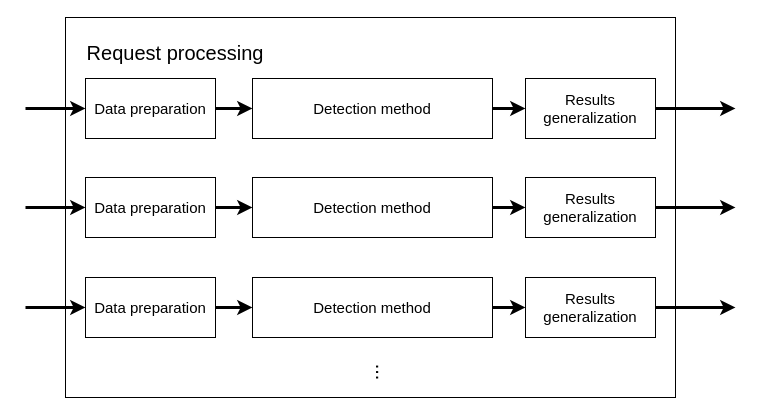
Earlier version of the draw.io diagram page "Processing unit" (3 of 4) of thesis/other-fig/Framework & Client Architecture.drawio (PlayerBerny12/VUT-DIP). Source tidied: cells renumbered, new cells numbered last; positions are measured from the earlier drawing's top-left corner, leaving out a move shared by most shapes. Both pictures are drawn from the tidied source at 100%, with x=0, y=0 at pixel (25, 17).
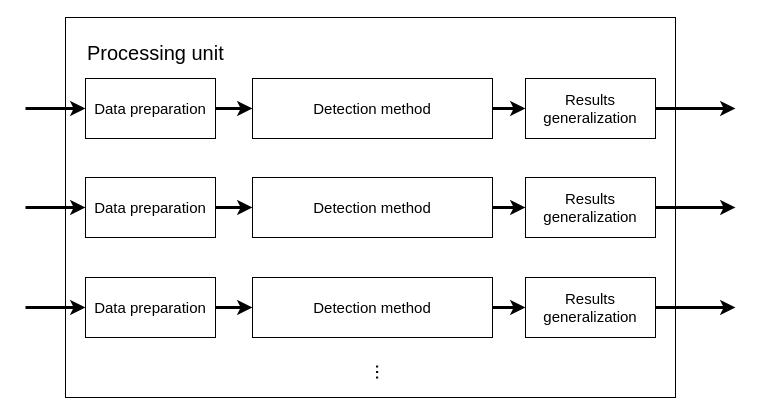
The same page after the edit.

Diff of the diagram source:
```diff
@@
-    <mxCell id="25" value="Request processing" style="text;html=1;strokeColor=none;fillColor=none;align=center;verticalAlign=middle;whiteSpace=wrap;rounded=0;fontSize=20;" parent="1" vertex="1">
+    <mxCell id="25" value="Processing unit" style="text;html=1;strokeColor=none;fillColor=none;align=left;verticalAlign=middle;whiteSpace=wrap;rounded=0;fontSize=20;" parent="1" vertex="1">
       <mxGeometry x="60" y="20" width="180" height="30" as="geometry" />
     </mxCell>
```
